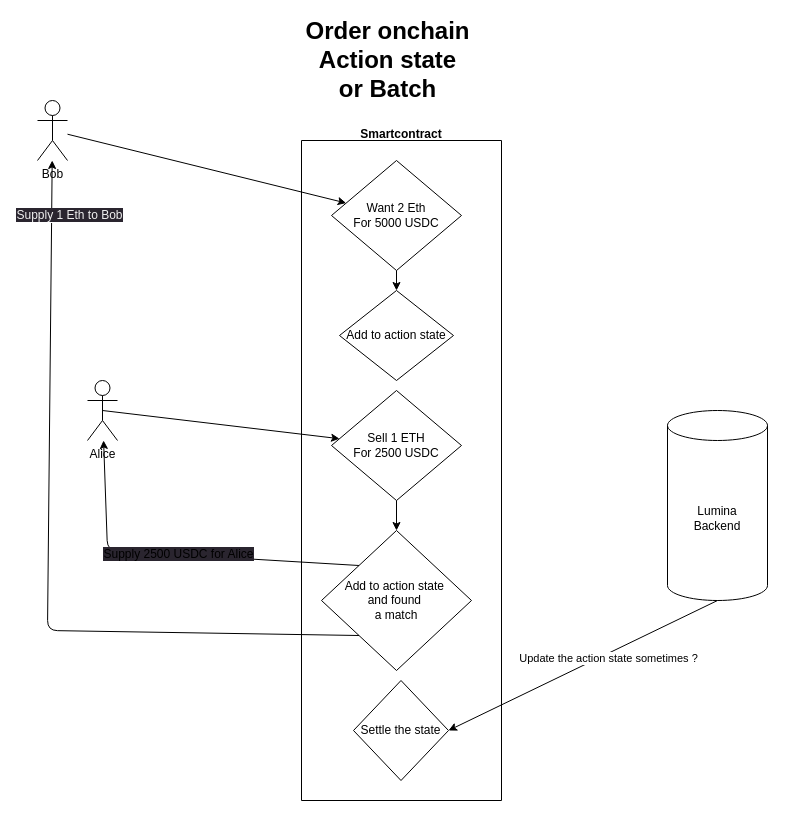
This is packages/contracts/order-onchain.drawio from Lumina-DEX/lumina-permissioned, a draw.io file, before an edit. Source tidied: cells renumbered, new cells numbered last; positions are measured from the earlier drawing's top-left corner, leaving out a move shared by most shapes. Both pictures are drawn from the tidied source at 100%, with x=0, y=0 at pixel (37, 40).
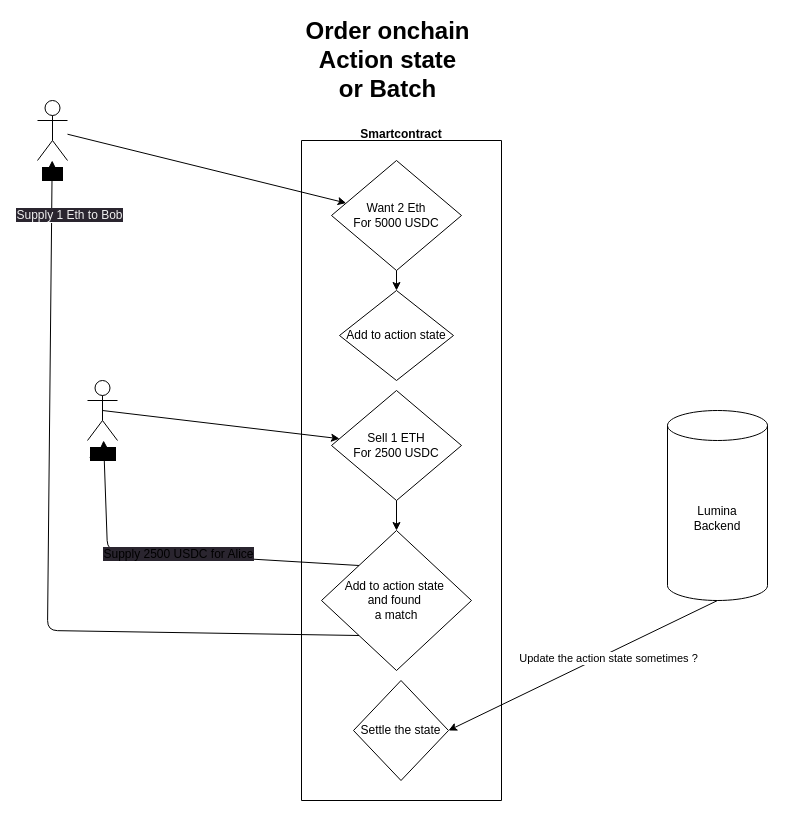
The same page after the edit.

Change to the diagram source:
```diff
@@
-    <mxCell id="2" value="Bob&lt;br&gt;" style="shape=umlActor;verticalLabelPosition=bottom;verticalAlign=top;html=1;outlineConnect=0;" parent="1" vertex="1">
+    <mxCell id="2" value="&lt;span style=&quot;background-color: rgb(0, 0, 0);&quot;&gt;Bob&lt;/span&gt;" style="shape=umlActor;verticalLabelPosition=bottom;verticalAlign=top;html=1;outlineConnect=0;" parent="1" vertex="1">
       <mxGeometry y="60" width="30" height="60" as="geometry" />
     </mxCell>
-    <mxCell id="3" value="Alice&lt;br&gt;" style="shape=umlActor;verticalLabelPosition=bottom;verticalAlign=top;html=1;outlineConnect=0;" parent="1" vertex="1">
+    <mxCell id="3" value="&lt;span style=&quot;background-color: rgb(0, 0, 0);&quot;&gt;Alice&lt;/span&gt;" style="shape=umlActor;verticalLabelPosition=bottom;verticalAlign=top;html=1;outlineConnect=0;" parent="1" vertex="1">
       <mxGeometry x="50" y="340" width="30" height="60" as="geometry" />
     </mxCell>
```
